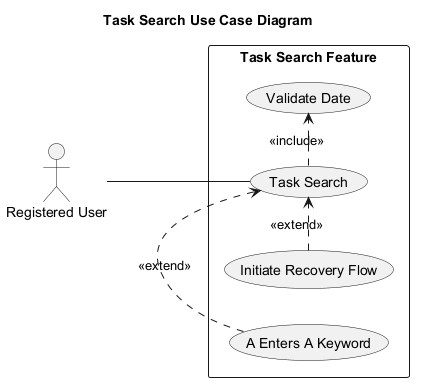
This is services/agentic_service/outputs/taskflow/feature-task-search/03_architecture/task_search_usecase_v1.png from Dulneth210229/Auto-Forge-MAS, a PlantUML export, as it was before one commit.
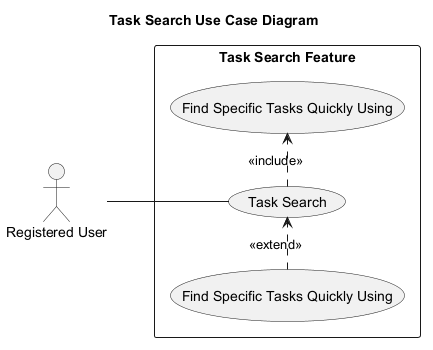
After the change.

Change to the diagram source:
```diff
@@ -9,14 +9,12 @@
 
 rectangle "Task Search Feature" {
   usecase "Task Search" as UC_001
-  usecase "Validate Date" as UC_002
-  usecase "Initiate Recovery Flow" as UC_003
-  usecase "A Enters A Keyword" as UC_004
+  usecase "Find Specific Tasks Quickly Using" as UC_002
+  usecase "Find Specific Tasks Quickly Using" as UC_003
 }
 
 ACT_001 -- UC_001
 UC_001 .> UC_002 : <<include>>
 UC_003 .> UC_001 : <<extend>>
-UC_004 .> UC_001 : <<extend>>
 
 @enduml
```
